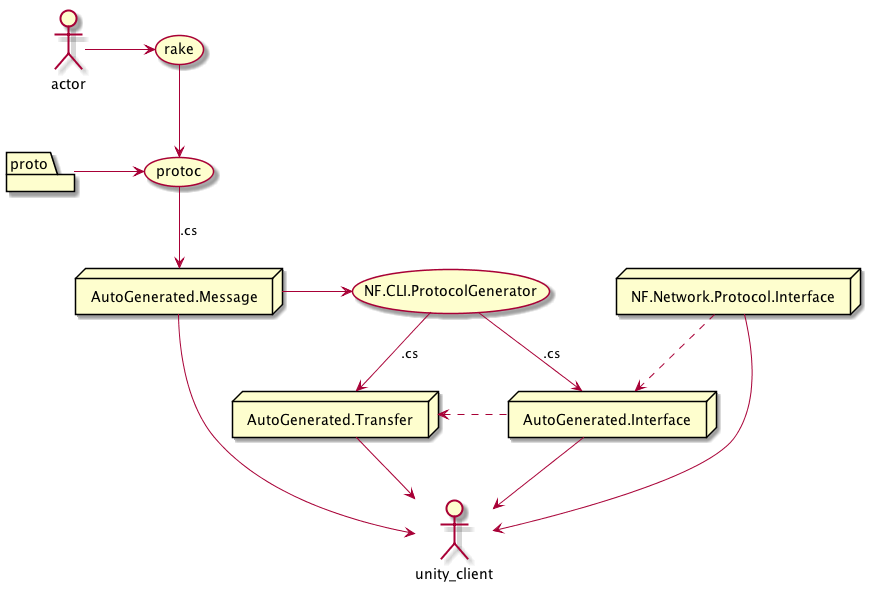
Above: flow.png in netpyoung/nf.protocol-flow (PlantUML), before the change.
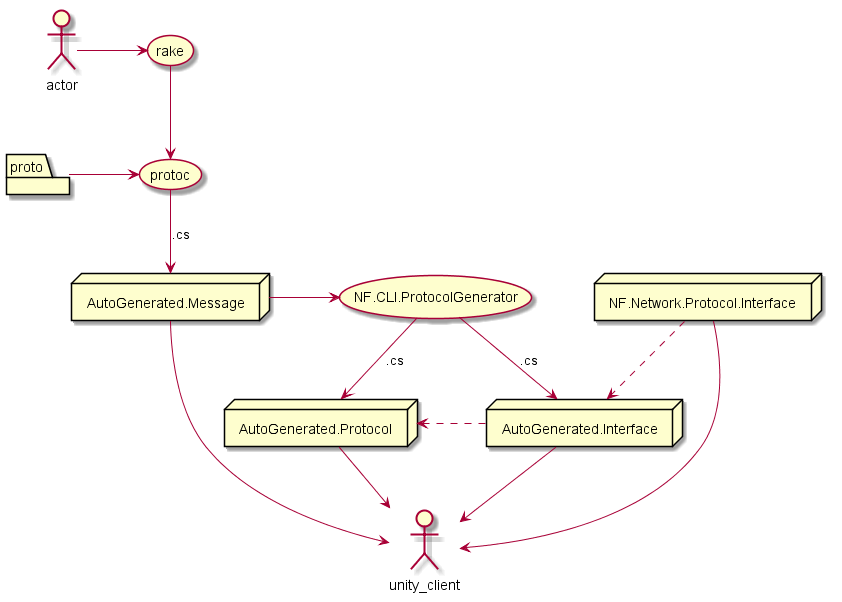
The same diagram one commit later.

Diff of the diagram source:
```diff
@@ -2,7 +2,7 @@
 folder proto
 node AutoGenerated.Message
 node AutoGenerated.Interface
-node AutoGenerated.Transfer
+node AutoGenerated.Protocol
 node NF.Network.Protocol.Interface
 
 actor -> (rake)
@@ -12,15 +12,15 @@
 (proto) -> (protoc)
 (protoc) --> (AutoGenerated.Message) : .cs
 (AutoGenerated.Message) -> (NF.CLI.ProtocolGenerator)
-(NF.CLI.ProtocolGenerator) --> (AutoGenerated.Transfer) : .cs
+(NF.CLI.ProtocolGenerator) --> (AutoGenerated.Protocol) : .cs
 (NF.CLI.ProtocolGenerator) --> (AutoGenerated.Interface) : .cs
 
 (NF.Network.Protocol.Interface) ..> (AutoGenerated.Interface)
-(AutoGenerated.Transfer) <. (AutoGenerated.Interface)
+(AutoGenerated.Protocol) <. (AutoGenerated.Interface)
 
 (NF.Network.Protocol.Interface) --> unity_client
 (AutoGenerated.Message) --> unity_client
-(AutoGenerated.Transfer) --> unity_client
+(AutoGenerated.Protocol) --> unity_client
 (AutoGenerated.Interface) --> unity_client
 
 @enduml
```
